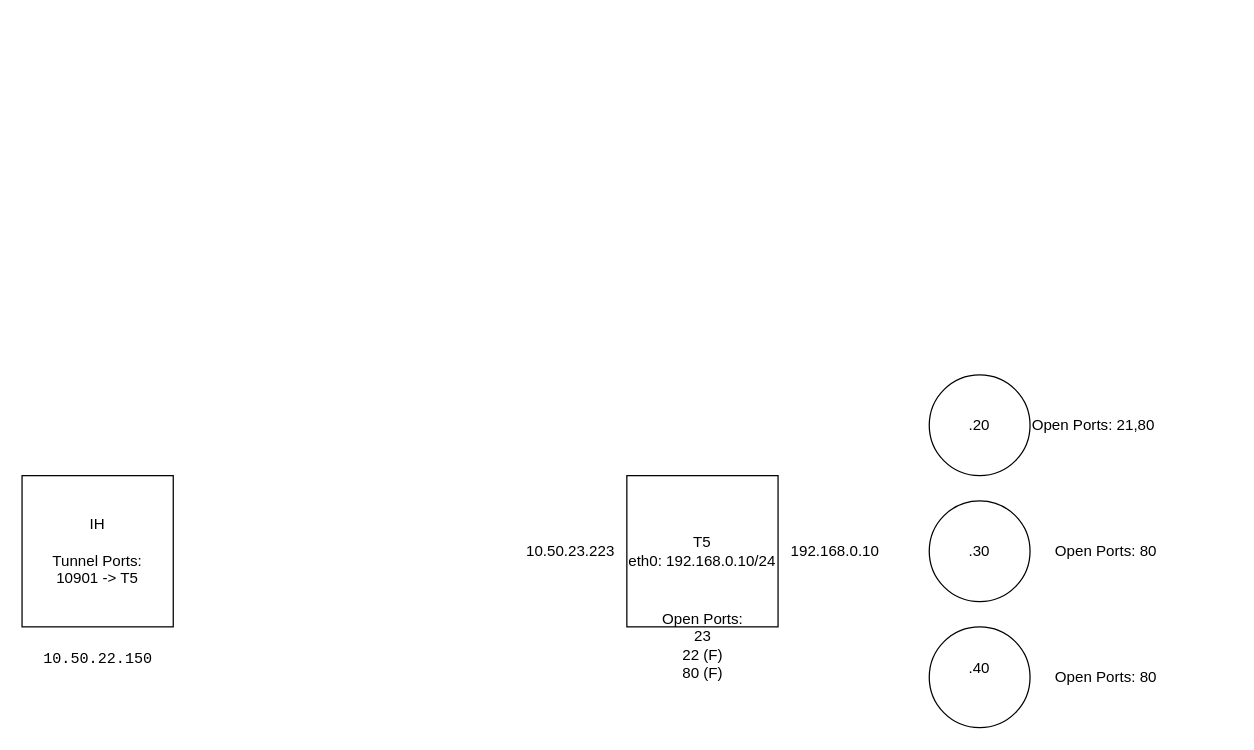
Before: page "Task 4 Map" (4 of 4) of Networking/Day 5/Untitled Diagram.drawio in LukeaBrown/COSC, a draw.io diagram. Source tidied: cells renumbered, new cells numbered last; positions are measured from the earlier drawing's top-left corner, leaving out a move shared by most shapes. Both pictures are drawn from the tidied source at 126%, with x=0, y=0 at pixel (21, 374).
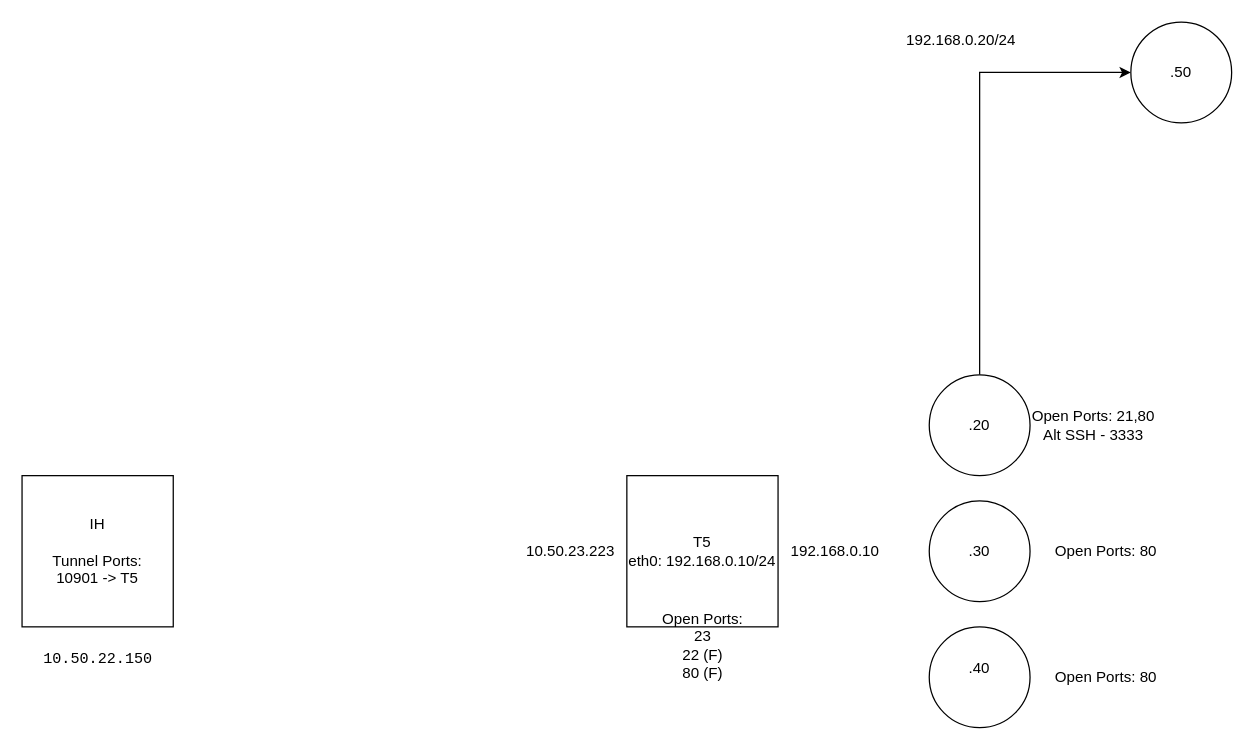
After the change.

The edit, as a diff of the source:
```diff
@@
 <mxGraphModel>
   <root>
     <mxCell id="0" />
     <mxCell id="1" parent="0" />
     <mxCell id="2" value="&lt;div&gt;IH&lt;/div&gt;&lt;div&gt;&lt;br&gt;&lt;/div&gt;&lt;div&gt;Tunnel Ports:&lt;br&gt;&lt;/div&gt;10901 -&amp;gt; T5" style="whiteSpace=wrap;html=1;" parent="1" vertex="1">
       <mxGeometry y="80" width="120" height="120" as="geometry" />
     </mxCell>
     <mxCell id="3" value="&lt;div&gt;T5&lt;/div&gt;&lt;div&gt;eth0: 192.168.0.10/24&lt;br&gt;&lt;/div&gt;" style="whiteSpace=wrap;html=1;" parent="1" vertex="1">
       <mxGeometry x="480" y="80" width="120" height="120" as="geometry" />
     </mxCell>
     <mxCell id="4" value="&lt;code class=&quot;c-mrkdwn__code&quot;&gt;10.50.22.150&lt;/code&gt;" style="text;html=1;align=center;verticalAlign=middle;strokeColor=none;fillColor=none;" parent="1" vertex="1">
       <mxGeometry x="5" y="210" width="110" height="30" as="geometry" />
     </mxCell>
     <mxCell id="5" value="10.50.23.223" style="text;html=1;align=center;verticalAlign=middle;strokeColor=none;fillColor=none;" parent="1" vertex="1">
       <mxGeometry x="390" y="125" width="90" height="30" as="geometry" />
     </mxCell>
     <mxCell id="6" value="&lt;div&gt;Open Ports:&lt;/div&gt;&lt;div&gt;23&lt;/div&gt;&lt;div&gt;22 (F)&lt;/div&gt;&lt;div&gt;80 (F)&lt;br&gt;&lt;/div&gt;" style="text;html=1;align=center;verticalAlign=middle;strokeColor=none;fillColor=none;" parent="1" vertex="1">
       <mxGeometry x="495" y="180" width="90" height="70" as="geometry" />
     </mxCell>
     <mxCell id="7" value="192.168.0.10" style="text;html=1;align=center;verticalAlign=middle;strokeColor=none;fillColor=none;" parent="1" vertex="1">
       <mxGeometry x="600" y="125" width="90" height="30" as="geometry" />
     </mxCell>
+    <mxCell id="14" style="edgeStyle=orthogonalEdgeStyle;rounded=0;jettySize=auto;html=1;entryX=0;entryY=0.5;entryDx=0;entryDy=0;" parent="1" edge="1" source="8" target="15">
+      <mxGeometry relative="1" as="geometry">
+        <Array as="points">
+          <mxPoint x="760" y="-240" />
+        </Array>
+      </mxGeometry>
+    </mxCell>
     <mxCell id="8" value=".20" style="ellipse;whiteSpace=wrap;html=1;" parent="1" vertex="1">
       <mxGeometry x="720" width="80" height="80" as="geometry" />
     </mxCell>
     <mxCell id="9" value="&lt;div&gt;.30&lt;/div&gt;" style="ellipse;whiteSpace=wrap;html=1;" parent="1" vertex="1">
       <mxGeometry x="720" y="100" width="80" height="80" as="geometry" />
     </mxCell>
     <mxCell id="10" value="&lt;div&gt;.40&lt;/div&gt;&lt;div&gt;&lt;br&gt;&lt;/div&gt;" style="ellipse;whiteSpace=wrap;html=1;" parent="1" vertex="1">
       <mxGeometry x="720" y="200" width="80" height="80" as="geometry" />
     </mxCell>
-    <mxCell id="11" value="Open Ports: 21,80" style="text;html=1;align=center;verticalAlign=middle;strokeColor=none;fillColor=none;" parent="1" vertex="1">
-      <mxGeometry x="790" y="25" width="120" height="30" as="geometry" />
+    <mxCell id="11" value="Open Ports: 21,80&lt;br&gt;Alt SSH - 3333" style="text;html=1;align=center;verticalAlign=middle;strokeColor=none;fillColor=none;" parent="1" vertex="1">
+      <mxGeometry x="790" y="20" width="120" height="40" as="geometry" />
     </mxCell>
     <mxCell id="12" value="Open Ports: 80" style="text;html=1;align=center;verticalAlign=middle;strokeColor=none;fillColor=none;" parent="1" vertex="1">
       <mxGeometry x="810" y="125" width="100" height="30" as="geometry" />
     </mxCell>
     <mxCell id="13" value="Open Ports: 80" style="text;html=1;align=center;verticalAlign=middle;strokeColor=none;fillColor=none;" parent="1" vertex="1">
       <mxGeometry x="810" y="225" width="100" height="30" as="geometry" />
     </mxCell>
+    <mxCell id="15" value=".50" style="ellipse;whiteSpace=wrap;html=1;" parent="1" vertex="1">
+      <mxGeometry x="880" y="-280" width="80" height="80" as="geometry" />
+    </mxCell>
+    <mxCell id="16" value="192.168.0.20/24" style="text;html=1;align=center;verticalAlign=middle;strokeColor=none;fillColor=none;" parent="1" vertex="1">
+      <mxGeometry x="690" y="-280" width="110" height="30" as="geometry" />
+    </mxCell>
   </root>
 </mxGraphModel>
```
